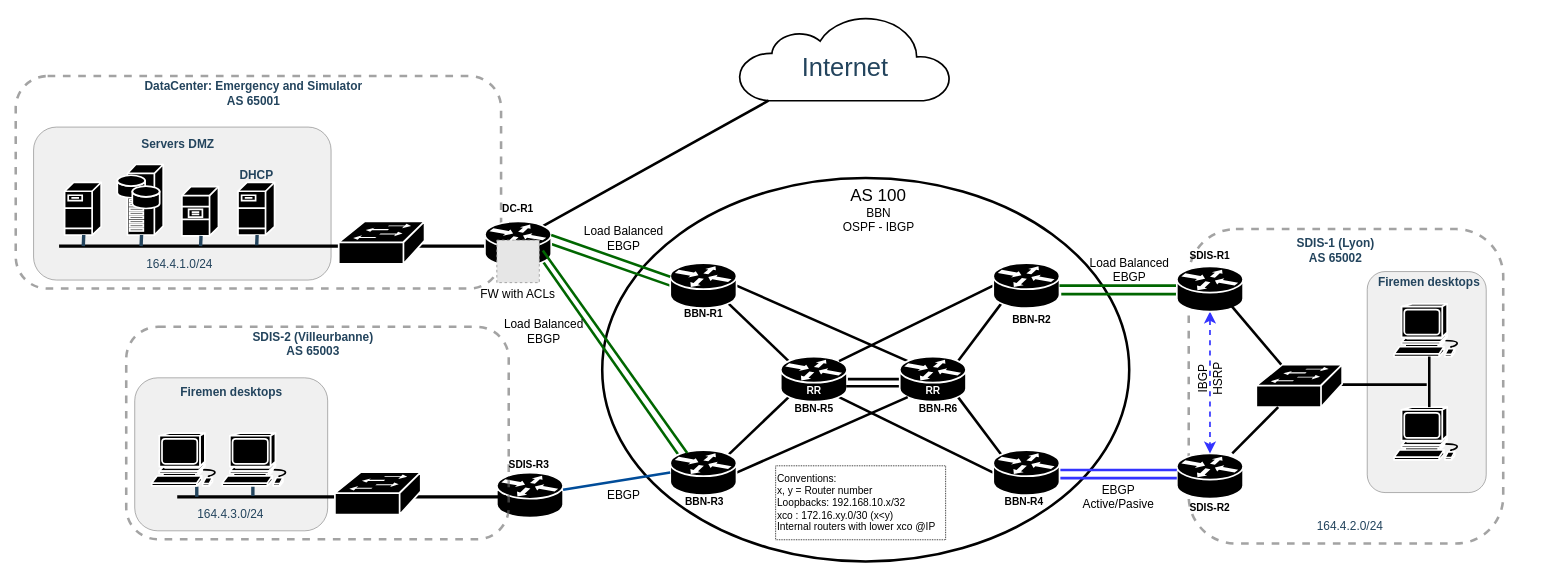
This is network/network-architecture.drawio from CPELyon/4irc-19-20-proj-transversal, a draw.io file, before an edit. Source tidied: cells renumbered, new cells numbered last; positions are measured from the earlier drawing's top-left corner, leaving out a move shared by most shapes. Both pictures are drawn from the tidied source at 85%, with x=0, y=0 at pixel (15, 15). Pictures stored in the file or linked from it are replaced by grey dashed boxes.
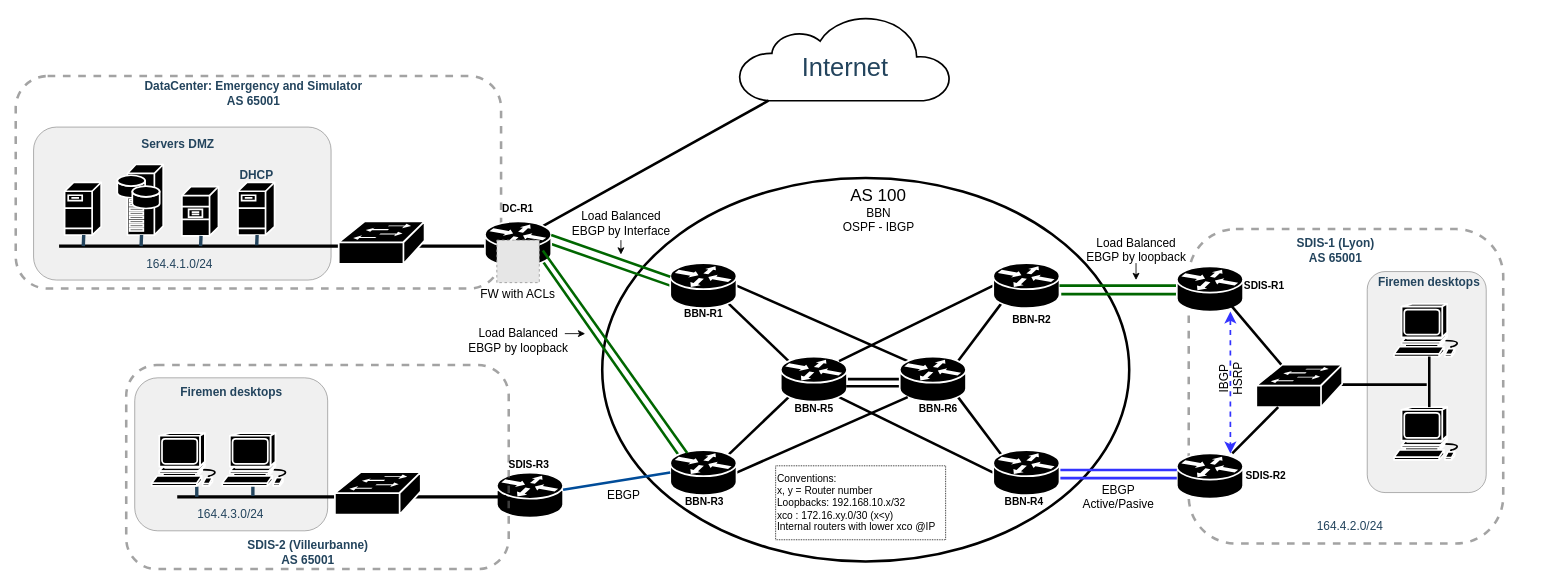
The same page after the edit.

Unchanged cells that the change refers to:
```xml
<mxCell id="75" style="shape=mxgraph.cisco.routers.router;html=1;dashed=0;fillColor=#000000;strokeColor=#ffffff;strokeWidth=2;verticalLabelPosition=bottom;verticalAlign=top;align=center;outlineConnect=0;" parent="1" vertex="1">
  <mxGeometry x="1366" y="515" width="78" height="53" as="geometry" />
</mxCell>
<mxCell id="79" style="shape=mxgraph.cisco.routers.router;html=1;dashed=0;fillColor=#000000;strokeColor=#ffffff;strokeWidth=2;verticalLabelPosition=bottom;verticalAlign=top;align=center;outlineConnect=0;" parent="1" vertex="1">
  <mxGeometry x="1366" y="295" width="78" height="53" as="geometry" />
</mxCell>
```

What changed in the source:
```diff
@@
+    <mxCell id="99" style="edgeStyle=orthogonalEdgeStyle;rounded=0;jettySize=auto;html=1;exitX=1;exitY=0.5;exitDx=0;exitDy=0;" parent="1" edge="1" source="48">
+      <mxGeometry relative="1" as="geometry">
+        <mxPoint x="670" y="374" as="targetPoint" />
+      </mxGeometry>
+    </mxCell>
-    <mxCell id="48" value="Load Balanced&lt;br&gt;EBGP" style="text;html=1;fontSize=14;align=center;" parent="1" vertex="1">
-      <mxGeometry x="566" y="348" width="110" height="30" as="geometry" />
+    <mxCell id="48" value="Load Balanced&lt;br&gt;EBGP by loopback" style="text;html=1;fontSize=14;align=center;" parent="1" vertex="1">
+      <mxGeometry x="536" y="359" width="110" height="30" as="geometry" />
     </mxCell>
+    <mxCell id="100" style="edgeStyle=orthogonalEdgeStyle;rounded=0;jettySize=auto;html=1;exitX=0.5;exitY=1;exitDx=0;exitDy=0;" parent="1" edge="1" source="49">
+      <mxGeometry relative="1" as="geometry">
+        <mxPoint x="712" y="281" as="targetPoint" />
+      </mxGeometry>
+    </mxCell>
-    <mxCell id="49" value="Load Balanced&lt;br&gt;EBGP" style="text;html=1;fontSize=14;align=center;" parent="1" vertex="1">
-      <mxGeometry x="660" y="238.5" width="110" height="30" as="geometry" />
+    <mxCell id="49" value="Load Balanced&lt;br&gt;EBGP by Interface" style="text;html=1;fontSize=14;align=center;" parent="1" vertex="1">
+      <mxGeometry x="657" y="221" width="110" height="43" as="geometry" />
     </mxCell>
@@
-    <mxCell id="56" value="RR" style="text;html=1;fontSize=12;align=center;fontStyle=1;fontColor=#FFFFFF;" parent="1" vertex="1">
-      <mxGeometry x="884" y="427.5" width="110" height="30" as="geometry" />
-    </mxCell>
-    <mxCell id="57" value="RR" style="text;html=1;fontSize=12;align=center;fontStyle=1;fontColor=#FFFFFF;" parent="1" vertex="1">
-      <mxGeometry x="1024" y="427.5" width="110" height="30" as="geometry" />
-    </mxCell>
@@
     <mxCell id="60" style="rounded=1;whiteSpace=wrap;html=1;strokeColor=#666666;fillColor=none;fontSize=24;align=center;opacity=60;strokeWidth=3;dashed=1;" parent="1" vertex="1">
-      <mxGeometry x="130" y="366" width="450" height="250" as="geometry" />
+      <mxGeometry x="130" y="411" width="450" height="240" as="geometry" />
     </mxCell>
@@
-    <mxCell id="69" value="&lt;font color=&quot;#23445d&quot;&gt;&lt;span&gt;SDIS-2 (Villeurbanne)&lt;br&gt;AS 65003&lt;/span&gt;&lt;/font&gt;" style="rounded=1;whiteSpace=wrap;html=1;strokeColor=none;fillColor=none;fontSize=14;fontColor=#742B21;align=center;fontStyle=1;" parent="1" vertex="1">
-      <mxGeometry x="217" y="376" width="266" height="19" as="geometry" />
+    <mxCell id="69" value="&lt;font color=&quot;#23445d&quot;&gt;&lt;span&gt;SDIS-2 (Villeurbanne)&lt;br&gt;AS 65001&lt;/span&gt;&lt;/font&gt;" style="rounded=1;whiteSpace=wrap;html=1;strokeColor=none;fillColor=none;fontSize=14;fontColor=#742B21;align=center;fontStyle=1;" parent="1" vertex="1">
+      <mxGeometry x="210.5" y="621" width="266" height="19" as="geometry" />
     </mxCell>
@@
-    <mxCell id="78" style="edgeStyle=none;rounded=0;jettySize=auto;html=1;exitX=0.5;exitY=1;exitDx=0;exitDy=0;exitPerimeter=0;entryX=0.5;entryY=0;entryDx=0;entryDy=0;entryPerimeter=0;endArrow=classic;endFill=1;strokeColor=#3333FF;strokeWidth=2;fontSize=12;fontColor=#000000;startArrow=classic;startFill=1;endSize=8;startSize=8;dashed=1;" parent="1" edge="1" source="79" target="75">
-      <mxGeometry relative="1" as="geometry" />
+    <mxCell id="78" style="edgeStyle=none;rounded=0;orthogonalLoop=1;jettySize=auto;html=1;exitX=0.5;exitY=1;exitDx=0;exitDy=0;exitPerimeter=0;entryX=0.5;entryY=0;entryDx=0;entryDy=0;entryPerimeter=0;endArrow=classic;endFill=1;strokeColor=#3333FF;strokeWidth=2;fontSize=12;fontColor=#000000;startArrow=classic;startFill=1;endSize=8;startSize=8;dashed=1;" parent="1" edge="1">
+      <mxGeometry relative="1" as="geometry">
+        <mxPoint x="1429" y="348" as="sourcePoint" />
+        <mxPoint x="1429" y="515" as="targetPoint" />
+      </mxGeometry>
     </mxCell>
@@
+    <mxCell id="101" style="edgeStyle=orthogonalEdgeStyle;rounded=0;jettySize=auto;html=1;exitX=0.5;exitY=1;exitDx=0;exitDy=0;" parent="1" edge="1" source="84">
+      <mxGeometry relative="1" as="geometry">
+        <mxPoint x="1318" y="311" as="targetPoint" />
+      </mxGeometry>
+    </mxCell>
-    <mxCell id="84" value="Load Balanced&lt;br&gt;EBGP" style="text;html=1;fontSize=14;align=center;" parent="1" vertex="1">
-      <mxGeometry x="1255" y="276" width="110" height="30" as="geometry" />
+    <mxCell id="84" value="Load Balanced&lt;br&gt;EBGP by loopback" style="text;html=1;fontSize=14;align=center;" parent="1" vertex="1">
+      <mxGeometry x="1263" y="252" width="110" height="39" as="geometry" />
     </mxCell>
     <mxCell id="85" value="SDIS-R1" style="text;html=1;strokeColor=none;fillColor=none;align=center;verticalAlign=middle;whiteSpace=wrap;rounded=0;fontSize=12;fontStyle=1;" parent="1" vertex="1">
-      <mxGeometry x="1373" y="272.5" width="64" height="20" as="geometry" />
+      <mxGeometry x="1437" y="307.5" width="64" height="20" as="geometry" />
     </mxCell>
     <mxCell id="86" value="SDIS-R2" style="text;html=1;strokeColor=none;fillColor=none;align=center;verticalAlign=middle;whiteSpace=wrap;rounded=0;fontSize=12;fontStyle=1;" parent="1" vertex="1">
-      <mxGeometry x="1373" y="569" width="64" height="20" as="geometry" />
+      <mxGeometry x="1439" y="531.5" width="64" height="20" as="geometry" />
     </mxCell>
     <mxCell id="87" value="IBGP&lt;br&gt;HSRP" style="text;html=1;fontSize=14;align=center;direction=west;horizontal=0;" parent="1" vertex="1">
-      <mxGeometry x="1382" y="406.5" width="33" height="42" as="geometry" />
+      <mxGeometry x="1406" y="406.5" width="33" height="42" as="geometry" />
     </mxCell>
@@
-    <mxCell id="93" value="&lt;font color=&quot;#23445d&quot;&gt;&lt;span&gt;SDIS-1 (Lyon)&lt;br&gt;AS 65002&lt;br&gt;&lt;/span&gt;&lt;/font&gt;" style="rounded=1;whiteSpace=wrap;html=1;strokeColor=none;fillColor=none;fontSize=14;fontColor=#742B21;align=center;fontStyle=1;" parent="1" vertex="1">
+    <mxCell id="93" value="&lt;font color=&quot;#23445d&quot;&gt;&lt;span&gt;SDIS-1 (Lyon)&lt;br&gt;AS 65001&lt;br&gt;&lt;/span&gt;&lt;/font&gt;" style="rounded=1;whiteSpace=wrap;html=1;strokeColor=none;fillColor=none;fontSize=14;fontColor=#742B21;align=center;fontStyle=1;" parent="1" vertex="1">
       <mxGeometry x="1420" y="266" width="266" height="19" as="geometry" />
     </mxCell>
```
